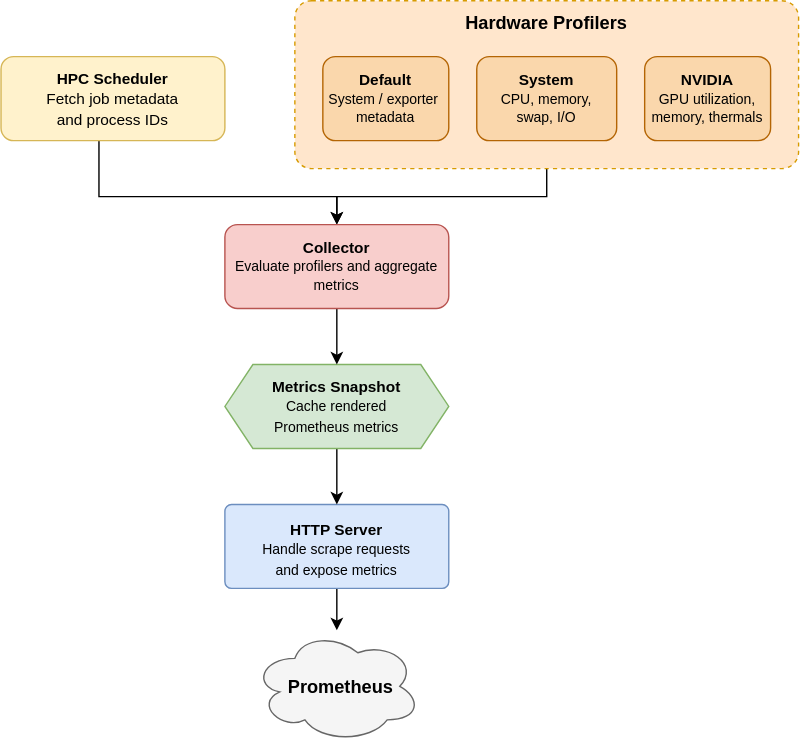
Above: assets/architecture.svg in Better-HPC/hpc-node-exporter (draw.io), before the change. Source tidied: cells renumbered, new cells last; positions are measured from the earlier drawing's top-left corner, leaving out a move shared by most shapes.
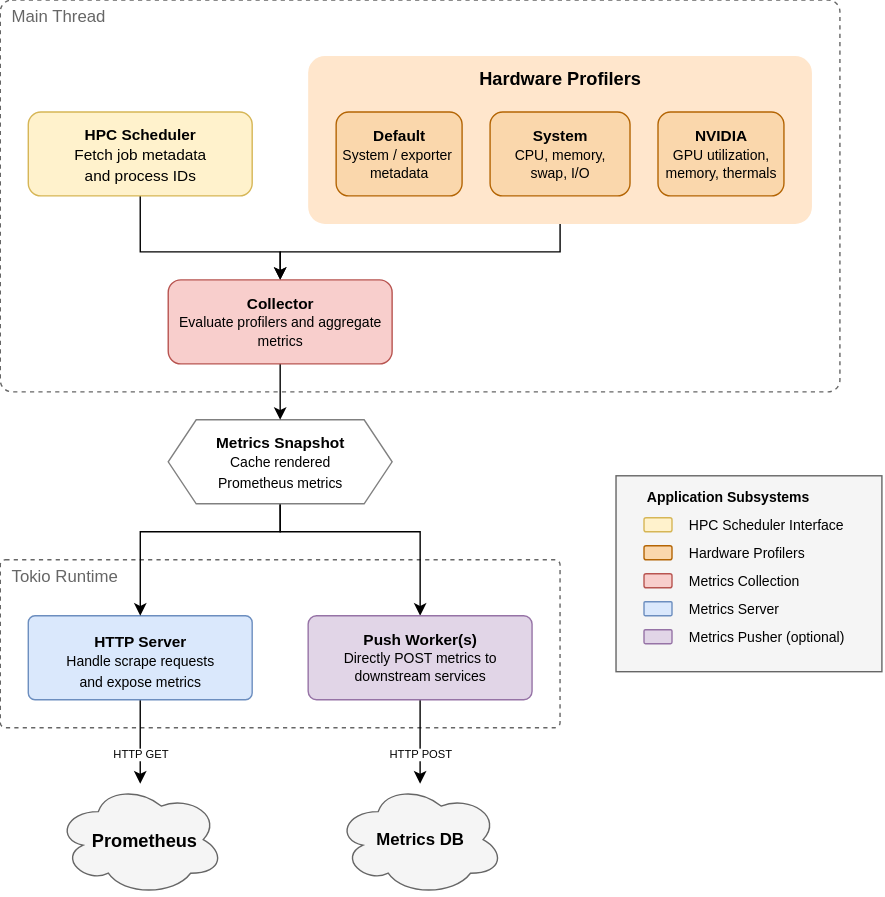
After the change.

Commit message:
Adds ability to push metrics via post (#34)

What changed in the source:
```diff
@@ -2,57 +2,126 @@
   <root>
     <mxCell id="0" />
     <mxCell id="1" parent="0" />
+    <mxCell id="16" style="rounded=0;whiteSpace=wrap;html=1;fillColor=#f5f5f5;fontColor=#333333;strokeColor=#666666;" parent="1" vertex="1">
+      <mxGeometry x="600" y="200" width="190" height="140" as="geometry" />
+    </mxCell>
+    <mxCell id="17" value="Tokio Runtime" style="rounded=1;whiteSpace=wrap;html=1;fillColor=none;dashed=1;arcSize=3;strokeColor=#666666;align=left;labelPosition=center;verticalLabelPosition=middle;verticalAlign=top;fontColor=#666666;spacing=0;spacingTop=0;spacingLeft=8;" parent="1" vertex="1">
+      <mxGeometry x="160" y="260" width="400" height="120" as="geometry" />
+    </mxCell>
+    <mxCell id="18" value="&lt;div&gt;Main Thread&lt;/div&gt;" style="rounded=1;whiteSpace=wrap;html=1;fillColor=none;dashed=1;arcSize=3;strokeColor=#666666;align=left;labelPosition=center;verticalLabelPosition=middle;verticalAlign=top;spacing=0;spacingLeft=8;fontColor=#666666;" parent="1" vertex="1">
+      <mxGeometry x="160" y="-140" width="600" height="280" as="geometry" />
+    </mxCell>
     <mxCell id="2" style="edgeStyle=orthogonalEdgeStyle;rounded=0;jettySize=auto;html=1;" parent="1" edge="1" source="3" target="15">
-      <mxGeometry relative="1" as="geometry">
-        <Array as="points">
-          <mxPoint x="390" y="140" />
-          <mxPoint x="240" y="140" />
-        </Array>
-      </mxGeometry>
+      <mxGeometry relative="1" as="geometry" />
     </mxCell>
-    <mxCell id="3" value="Hardware Profilers" style="rounded=1;whiteSpace=wrap;html=1;verticalAlign=top;fontStyle=1;fontSize=13;fillColor=#ffe6cc;strokeColor=#d79b00;arcSize=10;spacingTop=2;dashed=1;fillStyle=auto;" parent="1" vertex="1">
-      <mxGeometry x="210" width="360" height="120" as="geometry" />
+    <mxCell id="3" value="Hardware Profilers" style="rounded=1;whiteSpace=wrap;html=1;verticalAlign=top;fontStyle=1;fontSize=13;fillColor=#ffe6cc;strokeColor=none;arcSize=10;spacingTop=2;dashed=1;fillStyle=auto;" parent="1" vertex="1">
+      <mxGeometry x="380" y="-100" width="360" height="120" as="geometry" />
     </mxCell>
     <mxCell id="4" value="&lt;b&gt;Default&lt;/b&gt;&lt;br&gt;&lt;div&gt;&lt;font style=&quot;font-size:10px&quot;&gt;System / exporter&amp;nbsp;&lt;/font&gt;&lt;/div&gt;&lt;div&gt;&lt;font style=&quot;font-size:10px&quot;&gt;metadata&lt;/font&gt;&lt;/div&gt;" style="rounded=1;whiteSpace=wrap;html=1;fillColor=#fad7ac;strokeColor=#b46504;fontSize=11;" parent="1" vertex="1">
-      <mxGeometry x="230" y="40" width="90" height="60" as="geometry" />
+      <mxGeometry x="400" y="-60" width="90" height="60" as="geometry" />
     </mxCell>
     <mxCell id="5" value="&lt;b&gt;System&lt;/b&gt;&lt;br&gt;&lt;font style=&quot;font-size:10px&quot;&gt;CPU, memory,&lt;br&gt;swap, I/O&lt;/font&gt;" style="rounded=1;whiteSpace=wrap;html=1;fillColor=#fad7ac;strokeColor=#b46504;fontSize=11;" parent="1" vertex="1">
-      <mxGeometry x="340" y="40" width="100" height="60" as="geometry" />
+      <mxGeometry x="510" y="-60" width="100" height="60" as="geometry" />
     </mxCell>
     <mxCell id="6" value="&lt;b&gt;NVIDIA&lt;/b&gt;&lt;br&gt;&lt;font style=&quot;font-size:10px&quot;&gt;GPU utilization,&lt;br&gt;memory, thermals&lt;/font&gt;" style="rounded=1;whiteSpace=wrap;html=1;fillColor=#fad7ac;strokeColor=#b46504;fontSize=11;" parent="1" vertex="1">
-      <mxGeometry x="460" y="40" width="90" height="60" as="geometry" />
+      <mxGeometry x="630" y="-60" width="90" height="60" as="geometry" />
     </mxCell>
-    <mxCell id="7" style="edgeStyle=orthogonalEdgeStyle;rounded=0;jettySize=auto;html=1;" parent="1" edge="1" source="8" target="15">
-      <mxGeometry relative="1" as="geometry">
-        <Array as="points">
-          <mxPoint x="70" y="140" />
-          <mxPoint x="240" y="140" />
-        </Array>
-      </mxGeometry>
-    </mxCell>
-    <mxCell id="8" value="&lt;font style=&quot;font-size: 11px;&quot;&gt;&lt;b&gt;HPC&amp;nbsp;Scheduler&lt;/b&gt;&lt;/font&gt;&lt;div&gt;&lt;font style=&quot;font-size: 11px;&quot;&gt;Fetch job metadata&lt;/font&gt;&lt;/div&gt;&lt;div&gt;&lt;font style=&quot;font-size: 11px;&quot;&gt;and process IDs&lt;/font&gt;&lt;/div&gt;" style="rounded=1;whiteSpace=wrap;html=1;fillColor=#fff2cc;strokeColor=#d6b656;fontSize=12;" parent="1" vertex="1">
-      <mxGeometry y="40" width="160" height="60" as="geometry" />
-    </mxCell>
     <mxCell id="9" style="edgeStyle=orthogonalEdgeStyle;rounded=0;jettySize=auto;html=1;" parent="1" edge="1" source="10" target="11">
       <mxGeometry relative="1" as="geometry" />
     </mxCell>
+    <mxCell id="19" value="HTTP GET" style="edgeLabel;html=1;align=center;verticalAlign=middle;fontSize=8;" parent="9" vertex="1">
+      <mxGeometry relative="1" as="geometry">
+        <mxPoint y="8" as="offset" />
+      </mxGeometry>
+    </mxCell>
     <mxCell id="10" value="&lt;font style=&quot;font-size: 11px;&quot;&gt;HTTP Server&lt;/font&gt;&lt;div&gt;&lt;font style=&quot;font-size: 10px;&quot;&gt;&lt;span style=&quot;font-weight: normal;&quot;&gt;Handle scrape requests&lt;br&gt;and expose metrics&lt;/span&gt;&lt;/font&gt;&lt;/div&gt;" style="rounded=1;whiteSpace=wrap;html=1;verticalAlign=top;fontStyle=1;fontSize=12;fillColor=#dae8fc;strokeColor=#6c8ebf;arcSize=8;spacingTop=4;" parent="1" vertex="1">
-      <mxGeometry x="160" y="360" width="160" height="60" as="geometry" />
+      <mxGeometry x="180" y="300" width="160" height="60" as="geometry" />
     </mxCell>
     <mxCell id="11" value="&lt;b&gt;Prometheus&lt;/b&gt;" style="shape=cloud;whiteSpace=wrap;html=1;fillColor=#f5f5f5;strokeColor=#666666;fontSize=13;spacingLeft=6;" parent="1" vertex="1">
-      <mxGeometry x="180" y="450" width="120" height="80" as="geometry" />
+      <mxGeometry x="200" y="420" width="120" height="80" as="geometry" />
     </mxCell>
     <mxCell id="12" style="edgeStyle=orthogonalEdgeStyle;rounded=0;jettySize=auto;html=1;exitX=0.5;exitY=1;exitDx=0;exitDy=0;" parent="1" edge="1" source="13" target="10">
-      <mxGeometry relative="1" as="geometry" />
+      <mxGeometry relative="1" as="geometry">
+        <Array as="points">
+          <mxPoint x="360" y="240" />
+          <mxPoint x="260" y="240" />
+        </Array>
+      </mxGeometry>
     </mxCell>
+    <mxCell id="20" style="edgeStyle=orthogonalEdgeStyle;rounded=0;jettySize=auto;html=1;exitX=0.5;exitY=1;exitDx=0;exitDy=0;" parent="1" edge="1" source="13" target="24">
+      <mxGeometry relative="1" as="geometry">
+        <Array as="points">
+          <mxPoint x="360" y="240" />
+          <mxPoint x="460" y="240" />
+        </Array>
+      </mxGeometry>
+    </mxCell>
-    <mxCell id="13" value="&lt;font style=&quot;font-size: 11px;&quot;&gt;&lt;b&gt;Metrics Snapshot&lt;/b&gt;&lt;br&gt;&lt;/font&gt;&lt;div&gt;&lt;font style=&quot;font-size: 10px;&quot;&gt;Cache rendered&lt;/font&gt;&lt;/div&gt;&lt;div&gt;&lt;font style=&quot;font-size: 10px;&quot;&gt;Prometheus metrics&lt;/font&gt;&lt;/div&gt;" style="shape=hexagon;perimeter=hexagonPerimeter2;whiteSpace=wrap;html=1;fixedSize=1;fillColor=#d5e8d4;strokeColor=#82b366;fontSize=12;size=20;" parent="1" vertex="1">
-      <mxGeometry x="160" y="260" width="160" height="60" as="geometry" />
+    <mxCell id="13" value="&lt;font style=&quot;font-size: 11px;&quot;&gt;&lt;b&gt;Metrics Snapshot&lt;/b&gt;&lt;br&gt;&lt;/font&gt;&lt;div&gt;&lt;font style=&quot;font-size: 10px;&quot;&gt;Cache rendered&lt;/font&gt;&lt;/div&gt;&lt;div&gt;&lt;font style=&quot;font-size: 10px;&quot;&gt;Prometheus metrics&lt;/font&gt;&lt;/div&gt;" style="shape=hexagon;perimeter=hexagonPerimeter2;whiteSpace=wrap;html=1;fixedSize=1;fontSize=12;size=20;strokeColor=#808080;" parent="1" vertex="1">
+      <mxGeometry x="280" y="160" width="160" height="60" as="geometry" />
     </mxCell>
     <mxCell id="14" style="edgeStyle=orthogonalEdgeStyle;rounded=0;jettySize=auto;html=1;" parent="1" edge="1" source="15" target="13">
       <mxGeometry relative="1" as="geometry" />
     </mxCell>
     <mxCell id="15" value="&lt;b&gt;Collector&lt;/b&gt;&lt;br&gt;&lt;div&gt;&lt;font style=&quot;font-size:10px&quot;&gt;Evaluate profilers&lt;/font&gt;&lt;font style=&quot;font-size:10px&quot;&gt;&amp;nbsp;and aggregate metrics&lt;/font&gt;&lt;/div&gt;" style="rounded=1;whiteSpace=wrap;html=1;fillColor=#f8cecc;strokeColor=#b85450;fontSize=11;" parent="1" vertex="1">
-      <mxGeometry x="160" y="160" width="160" height="60" as="geometry" />
+      <mxGeometry x="280" y="60" width="160" height="60" as="geometry" />
     </mxCell>
+    <mxCell id="21" value="&lt;b&gt;Metrics DB&lt;/b&gt;" style="shape=cloud;whiteSpace=wrap;html=1;fillColor=#f5f5f5;strokeColor=#666;fontSize=12;" parent="1" vertex="1">
+      <mxGeometry x="400" y="420" width="120" height="80" as="geometry" />
+    </mxCell>
+    <mxCell id="22" style="edgeStyle=orthogonalEdgeStyle;rounded=0;jettySize=auto;html=1;" parent="1" edge="1" source="24" target="21">
+      <mxGeometry relative="1" as="geometry" />
+    </mxCell>
+    <mxCell id="23" value="HTTP POST" style="edgeLabel;html=1;align=center;verticalAlign=middle;fontSize=8;" parent="22" vertex="1">
+      <mxGeometry relative="1" as="geometry">
+        <mxPoint y="8" as="offset" />
+      </mxGeometry>
+    </mxCell>
+    <mxCell id="24" value="&lt;b&gt;Push Worker(s)&lt;/b&gt;&lt;br&gt;&lt;font style=&quot;font-size: 10px;&quot;&gt;Directly POST metrics to downstream services&lt;/font&gt;" style="rounded=1;whiteSpace=wrap;html=1;fillColor=#e1d5e7;strokeColor=#9673a6;fontSize=11;arcSize=10;" parent="1" vertex="1">
+      <mxGeometry x="380" y="300" width="160" height="60" as="geometry" />
+    </mxCell>
+    <mxCell id="25" style="rounded=1;whiteSpace=wrap;html=1;fillColor=#fff2cc;strokeColor=#d6b656;" parent="1" vertex="1">
+      <mxGeometry x="620" y="230" width="20" height="10" as="geometry" />
+    </mxCell>
+    <mxCell id="26" style="rounded=1;whiteSpace=wrap;html=1;fillColor=#fad7ac;strokeColor=#b46504;fontSize=11;" parent="1" vertex="1">
+      <mxGeometry x="620" y="250" width="20" height="10" as="geometry" />
+    </mxCell>
+    <mxCell id="27" style="rounded=1;whiteSpace=wrap;html=1;fillColor=#f8cecc;strokeColor=#b85450;fontSize=11;" parent="1" vertex="1">
+      <mxGeometry x="620" y="270" width="20" height="10" as="geometry" />
+    </mxCell>
+    <mxCell id="28" style="rounded=1;whiteSpace=wrap;html=1;verticalAlign=top;fontStyle=1;fontSize=12;fillColor=#dae8fc;strokeColor=#6c8ebf;arcSize=8;spacingTop=4;" parent="1" vertex="1">
+      <mxGeometry x="620" y="290" width="20" height="10" as="geometry" />
+    </mxCell>
+    <mxCell id="29" style="rounded=1;whiteSpace=wrap;html=1;fillColor=#e1d5e7;strokeColor=#9673a6;fontSize=11;arcSize=10;" parent="1" vertex="1">
+      <mxGeometry x="620" y="310" width="20" height="10" as="geometry" />
+    </mxCell>
+    <mxCell id="30" value="HPC Scheduler Interface" style="text;html=1;whiteSpace=wrap;strokeColor=none;fillColor=none;align=left;verticalAlign=middle;rounded=0;fontSize=10;" parent="1" vertex="1">
+      <mxGeometry x="650" y="230" width="130" height="10" as="geometry" />
+    </mxCell>
+    <mxCell id="31" value="Hardware Profilers" style="text;html=1;whiteSpace=wrap;strokeColor=none;fillColor=none;align=left;verticalAlign=middle;rounded=0;fontSize=10;" parent="1" vertex="1">
+      <mxGeometry x="650" y="250" width="130" height="10" as="geometry" />
+    </mxCell>
+    <mxCell id="32" value="Metrics Collection" style="text;html=1;whiteSpace=wrap;strokeColor=none;fillColor=none;align=left;verticalAlign=middle;rounded=0;fontSize=10;" parent="1" vertex="1">
+      <mxGeometry x="650" y="270" width="130" height="10" as="geometry" />
+    </mxCell>
+    <mxCell id="33" value="Metrics Server" style="text;html=1;whiteSpace=wrap;strokeColor=none;fillColor=none;align=left;verticalAlign=middle;rounded=0;fontSize=10;" parent="1" vertex="1">
+      <mxGeometry x="650" y="290" width="130" height="10" as="geometry" />
+    </mxCell>
+    <mxCell id="34" value="Metrics Pusher (optional)" style="text;html=1;whiteSpace=wrap;strokeColor=none;fillColor=none;align=left;verticalAlign=middle;rounded=0;fontSize=10;" parent="1" vertex="1">
+      <mxGeometry x="650" y="310" width="130" height="10" as="geometry" />
+    </mxCell>
+    <mxCell id="35" value="Application Subsystems" style="text;html=1;whiteSpace=wrap;strokeColor=none;fillColor=none;align=left;verticalAlign=middle;rounded=0;fontSize=10;fontStyle=1;" parent="1" vertex="1">
+      <mxGeometry x="620" y="210" width="140" height="10" as="geometry" />
+    </mxCell>
+    <mxCell id="7" style="edgeStyle=orthogonalEdgeStyle;rounded=0;jettySize=auto;html=1;exitX=0.5;exitY=1;exitDx=0;exitDy=0;entryX=0.5;entryY=0;entryDx=0;entryDy=0;" parent="1" edge="1" source="8" target="15">
+      <mxGeometry relative="1" as="geometry">
+        <Array as="points">
+          <mxPoint x="260" y="40" />
+          <mxPoint x="360" y="40" />
+        </Array>
+      </mxGeometry>
+    </mxCell>
+    <mxCell id="8" value="&lt;font style=&quot;font-size: 11px;&quot;&gt;&lt;b&gt;HPC&amp;nbsp;Scheduler&lt;/b&gt;&lt;/font&gt;&lt;div&gt;&lt;font style=&quot;font-size: 11px;&quot;&gt;Fetch job metadata&lt;/font&gt;&lt;/div&gt;&lt;div&gt;&lt;font style=&quot;font-size: 11px;&quot;&gt;and process IDs&lt;/font&gt;&lt;/div&gt;" style="rounded=1;whiteSpace=wrap;html=1;fillColor=#fff2cc;strokeColor=#d6b656;fontSize=12;" parent="1" vertex="1">
+      <mxGeometry x="180" y="-60" width="160" height="60" as="geometry" />
+    </mxCell>
   </root>
 </mxGraphModel>
```
